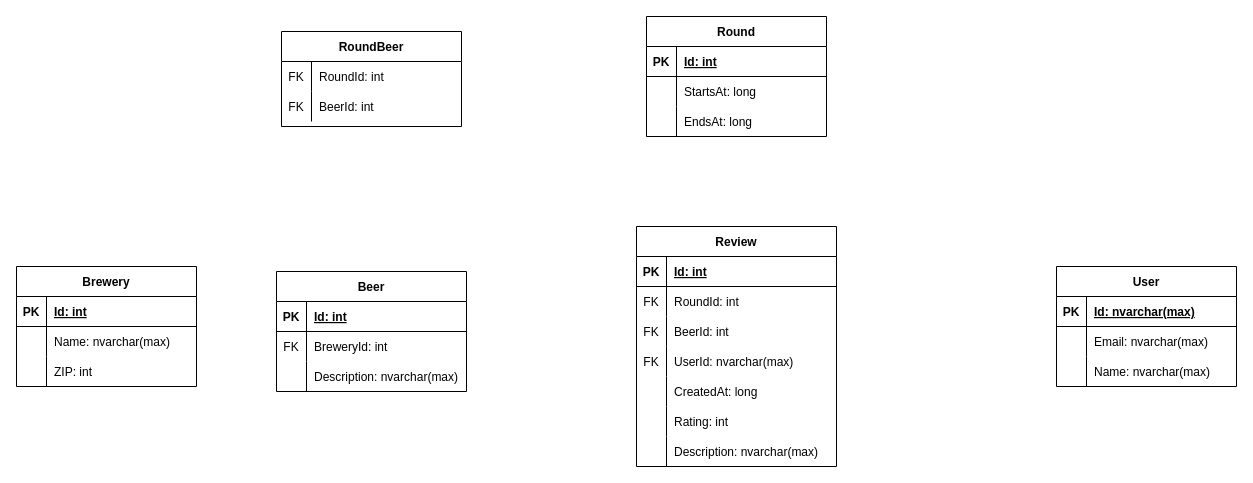
Before: DatabaseSchema.drawio in NoSpareTime/BeerReview-BE, a draw.io diagram. Source tidied: cells renumbered, new cells numbered last; positions are measured from the earlier drawing's top-left corner, leaving out a move shared by most shapes. Both pictures are drawn from the tidied source at 100%, with x=0, y=0 at pixel (16, 16).
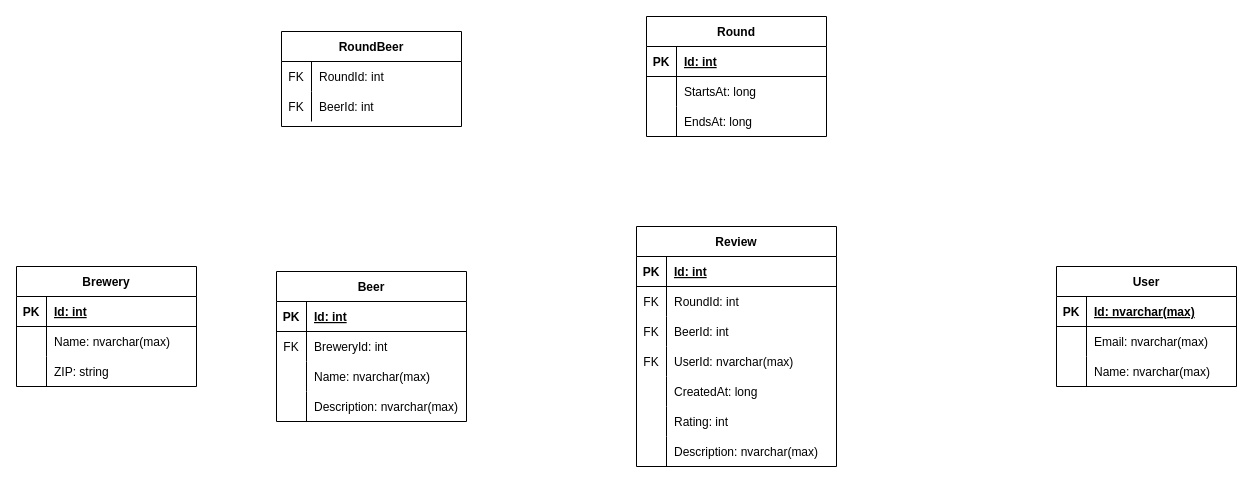
The same diagram, later.

Commit message (it also covers changes not shown here):
Modified onion architecture to fix ef core in class library

Unchanged cells that the change refers to:
```xml
<mxCell id="19" style="shape=partialRectangle;fillColor=none;top=0;left=0;bottom=0;right=0;" parent="12" vertex="1">
  <mxGeometry y="90" width="180" height="30" as="geometry" />
</mxCell>
```

Change to the diagram source:
```diff
@@
     <mxCell id="2" value="Beer" style="shape=table;startSize=30;childLayout=tableLayout;rowLines=0;fontStyle=1;align=center;" parent="1" vertex="1">
-      <mxGeometry x="260" y="255" width="190" height="120" as="geometry" />
+      <mxGeometry x="260" y="255" width="190" height="150" as="geometry" />
     </mxCell>
@@
+    <mxCell id="71" style="shape=partialRectangle;fillColor=none;top=0;left=0;bottom=0;right=0;" parent="2" vertex="1">
+      <mxGeometry y="90" width="190" height="30" as="geometry" />
+    </mxCell>
+    <mxCell id="72" style="shape=partialRectangle;fillColor=none;top=0;left=0;bottom=0;right=0;fontStyle=0;overflow=hidden;" parent="71" vertex="1">
+      <mxGeometry width="30" height="30" as="geometry" />
+    </mxCell>
+    <mxCell id="73" value="Name: nvarchar(max)" style="shape=partialRectangle;fillColor=none;top=0;left=0;bottom=0;right=0;align=left;spacingLeft=6;fontStyle=0;overflow=hidden;" parent="71" vertex="1">
+      <mxGeometry x="30" width="160" height="30" as="geometry" />
+    </mxCell>
     <mxCell id="9" style="shape=partialRectangle;fillColor=none;top=0;left=0;bottom=0;right=0;" parent="2" vertex="1">
-      <mxGeometry y="90" width="190" height="30" as="geometry" />
+      <mxGeometry y="120" width="190" height="30" as="geometry" />
     </mxCell>
@@
-    <mxCell id="21" value="ZIP: int" style="shape=partialRectangle;fillColor=none;top=0;left=0;bottom=0;right=0;align=left;spacingLeft=6;overflow=hidden;" parent="19" vertex="1">
+    <mxCell id="21" value="ZIP: string" style="shape=partialRectangle;fillColor=none;top=0;left=0;bottom=0;right=0;align=left;spacingLeft=6;overflow=hidden;" parent="19" vertex="1">
       <mxGeometry x="30" width="150" height="30" as="geometry" />
     </mxCell>
```
